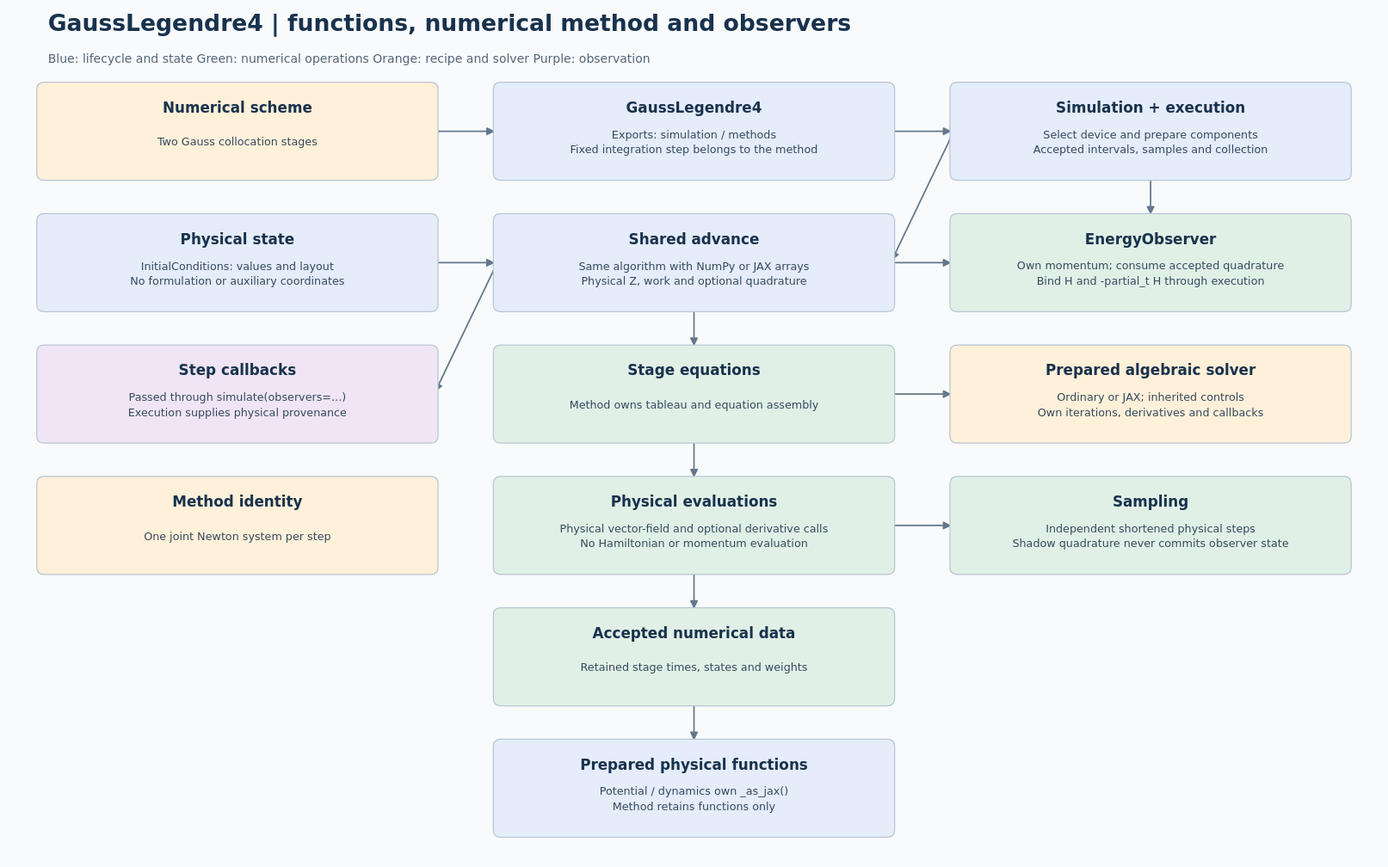
The PlantUML diagram docs/models/gauss-legendre4/simulation/gauss-legendre4-simulation-architecture.svg in Jugibe-52/GC2D_intranet, before a commit. Its source is kept beside it as docs/models/gauss-legendre4/simulation/gauss-legendre4-simulation-architecture.puml.
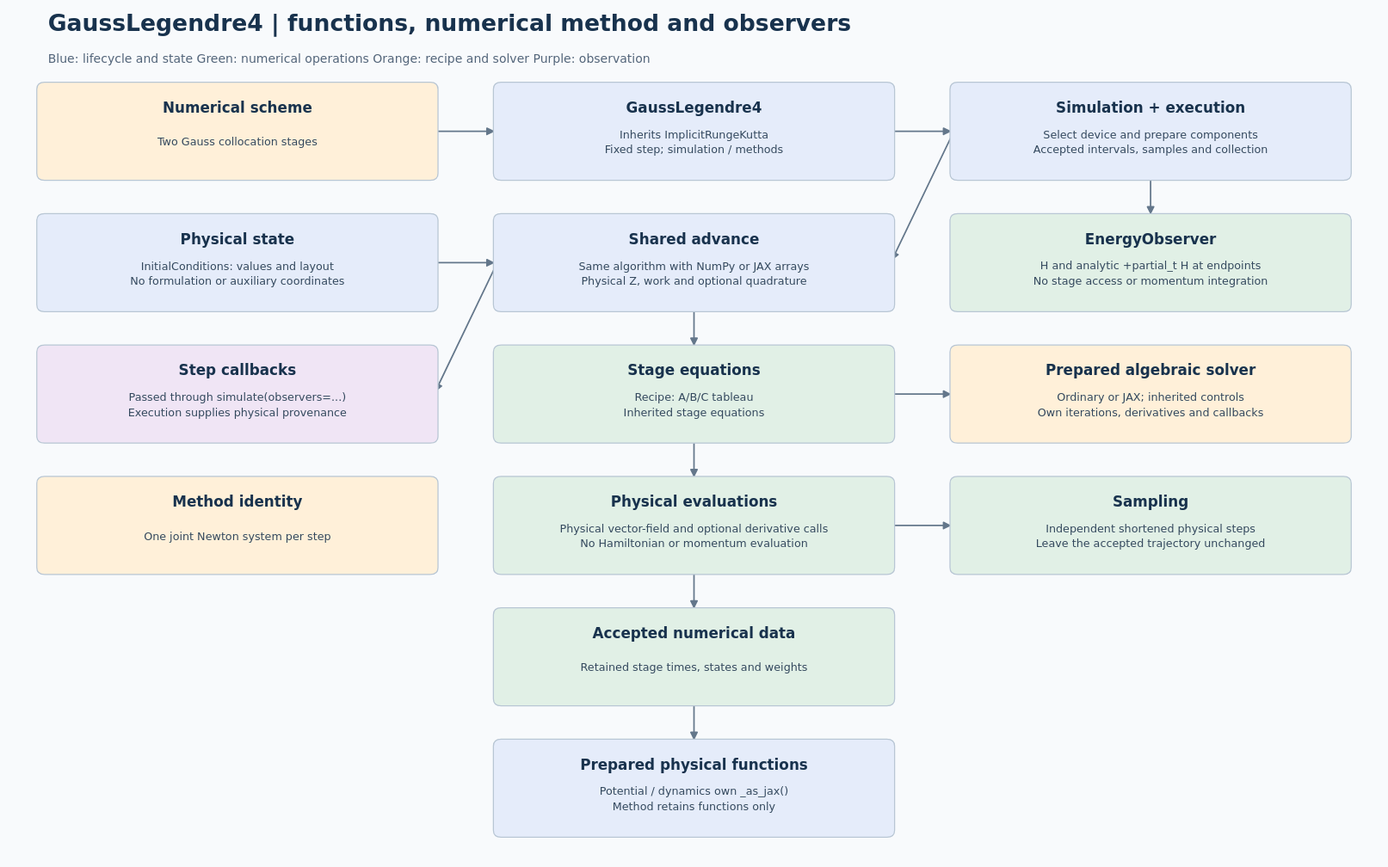
After the change.

What changed in the source:
```diff
@@ -3,17 +3,17 @@
   graph [rankdir=TB, bgcolor="#f8fafc"];
   node [shape=box, style="rounded,filled", fontname="DejaVu Sans"];
   recipe [label="Numerical scheme\nTwo Gauss collocation stages", fillcolor="#fff0d9"];
-  method [label="GaussLegendre4\nExports: simulation / methods\nFixed integration step belongs to the method", fillcolor="#e5ecfa"];
+  method [label="GaussLegendre4\nInherits ImplicitRungeKutta\nFixed step; simulation / methods", fillcolor="#e5ecfa"];
   driver [label="Simulation + execution\nSelect device and prepare components\nAccepted intervals, samples and collection", fillcolor="#e5ecfa"];
   state [label="Physical state\nInitialConditions: values and layout\nNo formulation or auxiliary coordinates", fillcolor="#e5ecfa"];
   advance [label="Shared advance\nSame algorithm with NumPy or JAX arrays\nPhysical Z, work and optional quadrature", fillcolor="#e5ecfa"];
-  energy [label="EnergyObserver\nOwn momentum; consume accepted quadrature\nBind H and -partial_t H through execution", fillcolor="#e1f0e6"];
+  energy [label="EnergyObserver\nH and analytic +partial_t H at endpoints\nNo stage access or momentum integration", fillcolor="#e1f0e6"];
   observe [label="Step callbacks\nPassed through simulate(observers=...)\nExecution supplies physical provenance", fillcolor="#f0e5f5"];
-  projection [label="Stage equations\nMethod owns tableau and equation assembly", fillcolor="#e1f0e6"];
+  projection [label="Stage equations\nRecipe: A/B/C tableau\nInherited stage equations", fillcolor="#e1f0e6"];
   solver [label="Prepared algebraic solver\nOrdinary or JAX; inherited controls\nOwn iterations, derivatives and callbacks", fillcolor="#fff0d9"];
   placement [label="Method identity\nOne joint Newton system per step", fillcolor="#fff0d9"];
   compose [label="Physical evaluations\nPhysical vector-field and optional derivative calls\nNo Hamiltonian or momentum evaluation", fillcolor="#e1f0e6"];
-  tangent [label="Sampling\nIndependent shortened physical steps\nShadow quadrature never commits observer state", fillcolor="#e1f0e6"];
+  tangent [label="Sampling\nIndependent shortened physical steps\nLeave the accepted trajectory unchanged", fillcolor="#e1f0e6"];
   maps [label="Accepted numerical data\nRetained stage times, states and weights", fillcolor="#e1f0e6"];
   dynamics [label="Prepared physical functions\nPotential / dynamics own _as_jax()\nMethod retains functions only", fillcolor="#e5ecfa"];
   recipe -> method;
@@ -22,7 +22,6 @@
   state -> advance;
   advance -> projection;
   driver -> energy;
-  advance -> energy;
   advance -> observe;
   projection -> compose;
   projection -> solver;
```
